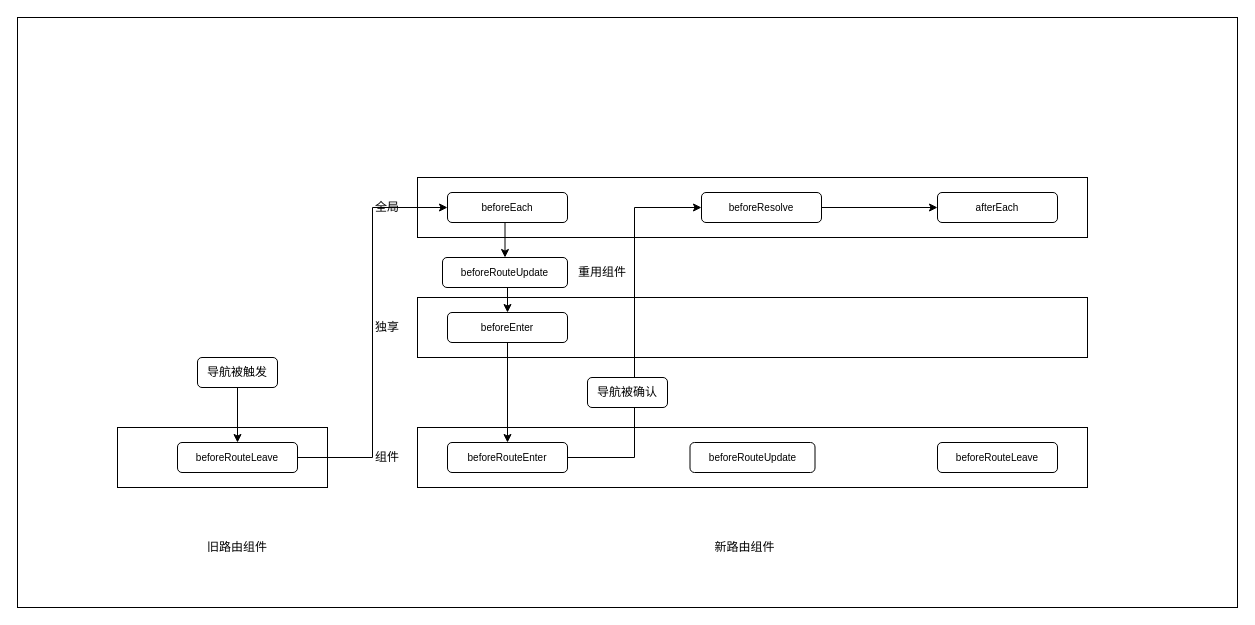
This is imgs/Untitled Diagram.drawio from Wolfeather/blog, a draw.io file, before an edit. Source tidied: cells renumbered, new cells numbered last; positions are measured from the earlier drawing's top-left corner, leaving out a move shared by most shapes. Both pictures are drawn from the tidied source at 100%, with x=0, y=0 at pixel (17, 17).
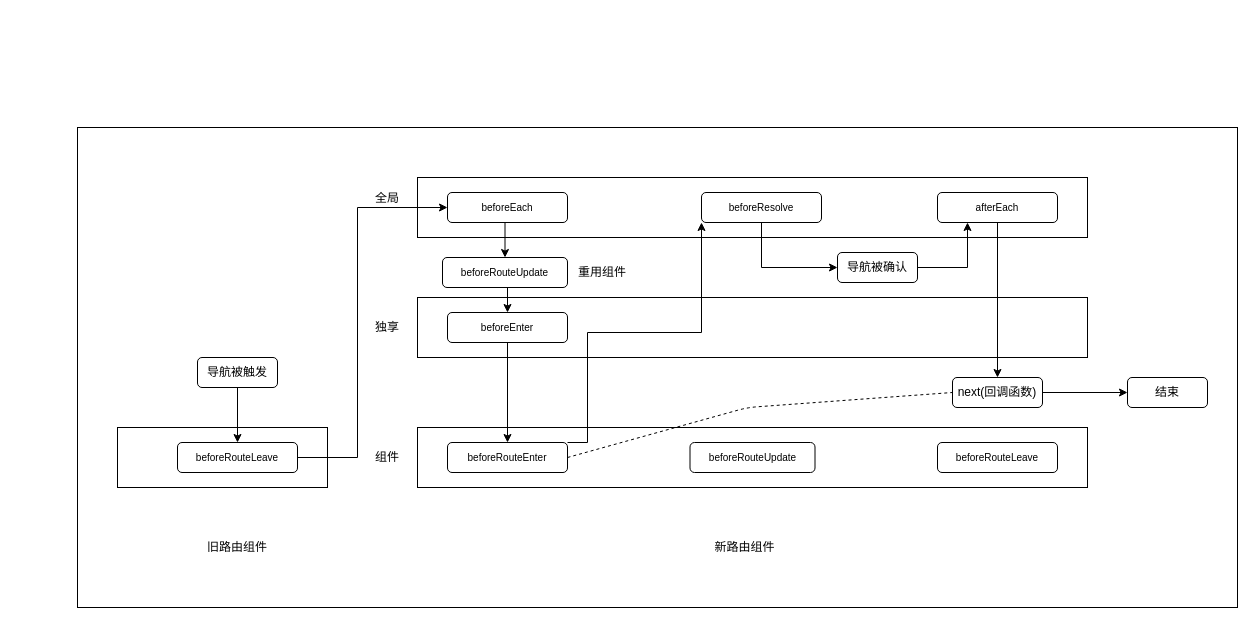
Above is the later version.

The change refers to these unchanged cells:
```xml
<mxCell id="7" value="&lt;font size=&quot;1&quot;&gt;beforeRouteEnter&lt;/font&gt;" style="rounded=1;whiteSpace=wrap;html=1;" parent="1" vertex="1">
  <mxGeometry x="430" y="425" width="120" height="30" as="geometry" />
</mxCell>
<mxCell id="12" value="&lt;font size=&quot;1&quot;&gt;afterEach&lt;/font&gt;" style="rounded=1;whiteSpace=wrap;html=1;" parent="1" vertex="1">
  <mxGeometry x="920" y="175" width="120" height="30" as="geometry" />
</mxCell>
<mxCell id="14" value="&lt;font size=&quot;1&quot;&gt;beforeResolve&lt;/font&gt;" style="rounded=1;whiteSpace=wrap;html=1;" parent="1" vertex="1">
  <mxGeometry x="684" y="175" width="120" height="30" as="geometry" />
</mxCell>
<mxCell id="16" value="&lt;span style=&quot;font-size: x-small&quot;&gt;beforeEach&lt;/span&gt;" style="rounded=1;whiteSpace=wrap;html=1;" parent="1" vertex="1">
  <mxGeometry x="430" y="175" width="120" height="30" as="geometry" />
</mxCell>
<mxCell id="22" value="&lt;font size=&quot;1&quot;&gt;beforeRouteLeave&lt;/font&gt;" style="rounded=1;whiteSpace=wrap;html=1;" parent="1" vertex="1">
  <mxGeometry x="160" y="425" width="120" height="30" as="geometry" />
</mxCell>
```

Diff of the diagram source:
```diff
@@
     <mxCell id="2" style="rounded=0;whiteSpace=wrap;html=1;" parent="1" vertex="1">
-      <mxGeometry width="1220" height="590" as="geometry" />
+      <mxGeometry x="60" y="110" width="1160" height="480" as="geometry" />
     </mxCell>
@@
-    <mxCell id="6" style="edgeStyle=orthogonalEdgeStyle;rounded=0;jettySize=auto;html=1;exitX=1;exitY=0.5;exitDx=0;exitDy=0;entryX=0;entryY=0.5;entryDx=0;entryDy=0;" parent="1" edge="1" source="7" target="14">
-      <mxGeometry relative="1" as="geometry" />
+    <mxCell id="6" style="edgeStyle=orthogonalEdgeStyle;rounded=0;jettySize=auto;html=1;exitX=1;exitY=0;exitDx=0;exitDy=0;entryX=0;entryY=1;entryDx=0;entryDy=0;" parent="1" edge="1" source="7" target="14">
+      <mxGeometry relative="1" as="geometry">
+        <Array as="points">
+          <mxPoint x="570" y="425" />
+          <mxPoint x="570" y="315" />
+          <mxPoint x="684" y="315" />
+        </Array>
+      </mxGeometry>
     </mxCell>
@@
+    <mxCell id="31" style="edgeStyle=orthogonalEdgeStyle;rounded=0;jettySize=auto;html=1;exitX=0.5;exitY=1;exitDx=0;exitDy=0;entryX=0.5;entryY=0;entryDx=0;entryDy=0;" parent="1" edge="1" source="12" target="36">
+      <mxGeometry relative="1" as="geometry" />
+    </mxCell>
@@
-    <mxCell id="13" style="edgeStyle=orthogonalEdgeStyle;rounded=0;jettySize=auto;html=1;exitX=1;exitY=0.5;exitDx=0;exitDy=0;entryX=0;entryY=0.5;entryDx=0;entryDy=0;" parent="1" edge="1" source="14" target="12">
-      <mxGeometry relative="1" as="geometry" />
-    </mxCell>
+    <mxCell id="32" style="edgeStyle=orthogonalEdgeStyle;rounded=0;jettySize=auto;html=1;exitX=0.5;exitY=1;exitDx=0;exitDy=0;entryX=0;entryY=0.5;entryDx=0;entryDy=0;" parent="1" edge="1" source="14" target="28">
+      <mxGeometry relative="1" as="geometry" />
+    </mxCell>
@@
     <mxCell id="19" value="全局" style="text;html=1;strokeColor=none;fillColor=none;align=center;verticalAlign=middle;whiteSpace=wrap;rounded=0;" parent="1" vertex="1">
-      <mxGeometry x="350" y="180" width="40" height="20" as="geometry" />
+      <mxGeometry x="350" y="171" width="40" height="20" as="geometry" />
     </mxCell>
@@
     <mxCell id="21" style="edgeStyle=orthogonalEdgeStyle;rounded=0;jettySize=auto;html=1;exitX=1;exitY=0.5;exitDx=0;exitDy=0;entryX=0;entryY=0.5;entryDx=0;entryDy=0;" parent="1" edge="1" source="22" target="16">
-      <mxGeometry relative="1" as="geometry" />
+      <mxGeometry relative="1" as="geometry">
+        <Array as="points">
+          <mxPoint x="340" y="440" />
+          <mxPoint x="340" y="190" />
+        </Array>
+      </mxGeometry>
     </mxCell>
@@
+    <mxCell id="33" style="edgeStyle=orthogonalEdgeStyle;rounded=0;jettySize=auto;html=1;exitX=1;exitY=0.5;exitDx=0;exitDy=0;entryX=0.25;entryY=1;entryDx=0;entryDy=0;" parent="1" edge="1" source="28" target="12">
+      <mxGeometry relative="1" as="geometry" />
+    </mxCell>
     <mxCell id="28" value="导航被确认" style="rounded=1;whiteSpace=wrap;html=1;" parent="1" vertex="1">
-      <mxGeometry x="570" y="360" width="80" height="30" as="geometry" />
+      <mxGeometry x="820" y="235" width="80" height="30" as="geometry" />
     </mxCell>
@@
+    <mxCell id="34" style="endArrow=none;dashed=1;html=1;exitX=1;exitY=0.5;exitDx=0;exitDy=0;entryX=0;entryY=0.5;entryDx=0;entryDy=0;" parent="1" edge="1" source="7" target="36">
+      <mxGeometry relative="1" as="geometry">
+        <Array as="points">
+          <mxPoint x="730" y="390" />
+        </Array>
+      </mxGeometry>
+    </mxCell>
+    <mxCell id="35" style="edgeStyle=orthogonalEdgeStyle;rounded=0;jettySize=auto;html=1;exitX=1;exitY=0.5;exitDx=0;exitDy=0;" parent="1" edge="1" source="36" target="37">
+      <mxGeometry relative="1" as="geometry" />
+    </mxCell>
+    <mxCell id="36" value="next(回调函数)" style="rounded=1;whiteSpace=wrap;html=1;" parent="1" vertex="1">
+      <mxGeometry x="935" y="360" width="90" height="30" as="geometry" />
+    </mxCell>
+    <mxCell id="37" value="结束" style="rounded=1;whiteSpace=wrap;html=1;" parent="1" vertex="1">
+      <mxGeometry x="1110" y="360" width="80" height="30" as="geometry" />
+    </mxCell>
```
